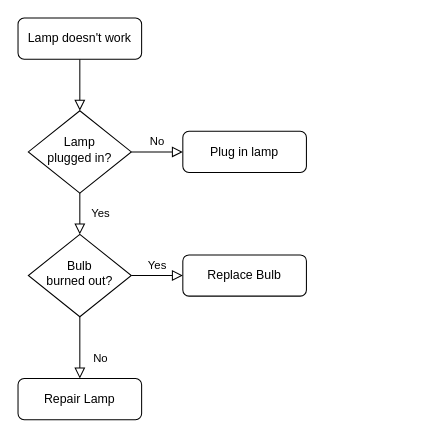
Before: .drawio in mazl201/awesome, a draw.io diagram. Source tidied: cells renumbered, new cells numbered last; positions are measured from the earlier drawing's top-left corner, leaving out a move shared by most shapes. Both pictures are drawn from the tidied source at 103%, with x=0, y=0 at pixel (18, 18).
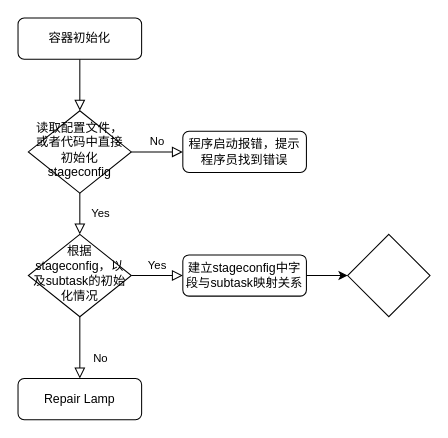
After the change.

Commit message:
app-distribute-init

What changed in the source:
```diff
@@
 <mxGraphModel>
   <root>
     <mxCell id="0" />
     <mxCell id="1" parent="0" />
     <mxCell id="2" style="rounded=0;html=1;jettySize=auto;fontSize=11;endArrow=block;endFill=0;endSize=8;strokeWidth=1;shadow=0;labelBackgroundColor=none;edgeStyle=orthogonalEdgeStyle;" parent="1" edge="1" source="3" target="6">
       <mxGeometry relative="1" as="geometry" />
     </mxCell>
-    <mxCell id="3" value="Lamp doesn't work" style="rounded=1;whiteSpace=wrap;html=1;fontSize=12;glass=0;strokeWidth=1;shadow=0;" parent="1" vertex="1">
+    <mxCell id="3" value="容器初始化" style="rounded=1;whiteSpace=wrap;html=1;fontSize=12;glass=0;strokeWidth=1;shadow=0;" parent="1" vertex="1">
       <mxGeometry width="120" height="40" as="geometry" />
     </mxCell>
     <mxCell id="4" value="Yes" style="rounded=0;html=1;jettySize=auto;fontSize=11;endArrow=block;endFill=0;endSize=8;strokeWidth=1;shadow=0;labelBackgroundColor=none;edgeStyle=orthogonalEdgeStyle;" parent="1" edge="1" source="6" target="10">
       <mxGeometry y="20" relative="1" as="geometry" />
     </mxCell>
     <mxCell id="5" value="No" style="edgeStyle=orthogonalEdgeStyle;rounded=0;html=1;jettySize=auto;fontSize=11;endArrow=block;endFill=0;endSize=8;strokeWidth=1;shadow=0;labelBackgroundColor=none;" parent="1" edge="1" source="6" target="7">
       <mxGeometry y="10" relative="1" as="geometry" />
     </mxCell>
-    <mxCell id="6" value="Lamp&lt;br&gt;plugged in?" style="rhombus;whiteSpace=wrap;html=1;shadow=0;fontFamily=Helvetica;fontSize=12;align=center;strokeWidth=1;spacing=6;spacingTop=-4;" parent="1" vertex="1">
+    <mxCell id="6" value="读取配置文件，或者代码中直接初始化stageconfig&lt;br&gt;" style="rhombus;whiteSpace=wrap;html=1;shadow=0;fontFamily=Helvetica;fontSize=12;align=center;strokeWidth=1;spacing=6;spacingTop=-4;" parent="1" vertex="1">
       <mxGeometry x="10" y="90" width="100" height="80" as="geometry" />
     </mxCell>
-    <mxCell id="7" value="Plug in lamp" style="rounded=1;whiteSpace=wrap;html=1;fontSize=12;glass=0;strokeWidth=1;shadow=0;" parent="1" vertex="1">
+    <mxCell id="7" value="程序启动报错，提示程序员找到错误" style="rounded=1;whiteSpace=wrap;html=1;fontSize=12;glass=0;strokeWidth=1;shadow=0;" parent="1" vertex="1">
       <mxGeometry x="160" y="110" width="120" height="40" as="geometry" />
     </mxCell>
     <mxCell id="8" value="No" style="rounded=0;html=1;jettySize=auto;fontSize=11;endArrow=block;endFill=0;endSize=8;strokeWidth=1;shadow=0;labelBackgroundColor=none;edgeStyle=orthogonalEdgeStyle;" parent="1" edge="1" source="10" target="11">
       <mxGeometry x="0.33" y="20" relative="1" as="geometry" />
     </mxCell>
     <mxCell id="9" value="Yes" style="edgeStyle=orthogonalEdgeStyle;rounded=0;html=1;jettySize=auto;fontSize=11;endArrow=block;endFill=0;endSize=8;strokeWidth=1;shadow=0;labelBackgroundColor=none;" parent="1" edge="1" source="10" target="12">
       <mxGeometry y="10" relative="1" as="geometry" />
     </mxCell>
-    <mxCell id="10" value="Bulb&lt;br&gt;burned out?" style="rhombus;whiteSpace=wrap;html=1;shadow=0;fontFamily=Helvetica;fontSize=12;align=center;strokeWidth=1;spacing=6;spacingTop=-4;" parent="1" vertex="1">
+    <mxCell id="10" value="根据stageconfig，以及subtask的初始化情况" style="rhombus;whiteSpace=wrap;html=1;shadow=0;fontFamily=Helvetica;fontSize=12;align=center;strokeWidth=1;spacing=6;spacingTop=-4;" parent="1" vertex="1">
       <mxGeometry x="10" y="210" width="100" height="80" as="geometry" />
     </mxCell>
     <mxCell id="11" value="Repair Lamp" style="rounded=1;whiteSpace=wrap;html=1;fontSize=12;glass=0;strokeWidth=1;shadow=0;" parent="1" vertex="1">
       <mxGeometry y="350" width="120" height="40" as="geometry" />
     </mxCell>
-    <mxCell id="12" value="Replace Bulb" style="rounded=1;whiteSpace=wrap;html=1;fontSize=12;glass=0;strokeWidth=1;shadow=0;" parent="1" vertex="1">
+    <mxCell id="12" value="建立stageconfig中字段与subtask映射关系" style="rounded=1;whiteSpace=wrap;html=1;fontSize=12;glass=0;strokeWidth=1;shadow=0;" parent="1" vertex="1">
       <mxGeometry x="160" y="230" width="120" height="40" as="geometry" />
     </mxCell>
+    <mxCell id="13" style="endArrow=classic;html=1;rounded=0;exitX=1;exitY=0.5;exitDx=0;exitDy=0;" parent="1" edge="1" source="12" target="14">
+      <mxGeometry relative="1" as="geometry" />
+    </mxCell>
+    <mxCell id="14" style="rhombus;whiteSpace=wrap;html=1;" parent="1" vertex="1">
+      <mxGeometry x="320" y="210" width="80" height="80" as="geometry" />
+    </mxCell>
   </root>
 </mxGraphModel>
```
